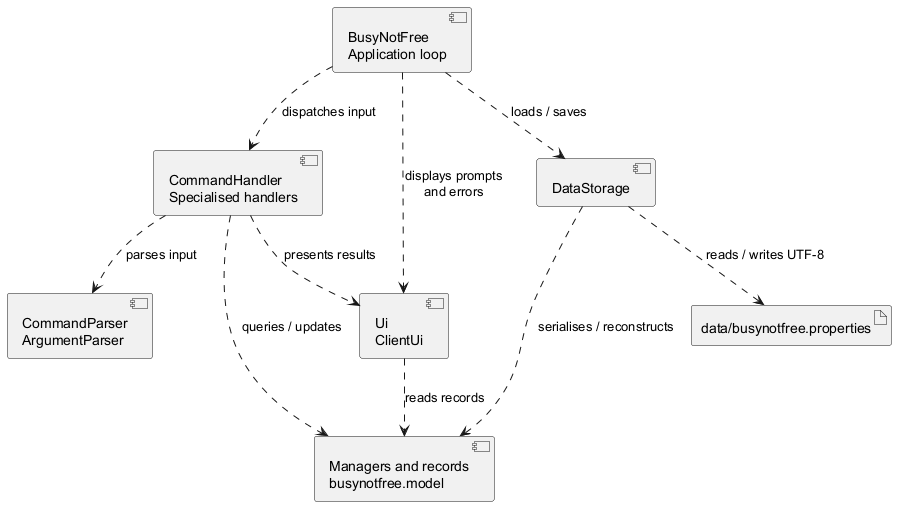
Earlier version of the PlantUML export docs/images/ArchitectureDiagram.png (AY2627S1-CS2113-T10-3/tp).
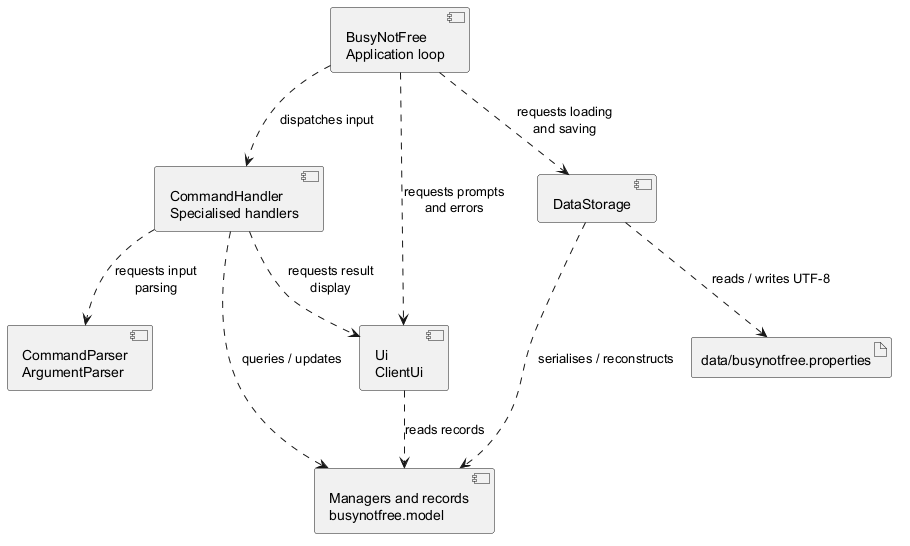
Later version of the same file.

Commit message:
docs: clarify requests between architecture components

Describe UI, parsing and storage dependencies as requests made by their callers so labels do not imply that command handlers perform rendering or file I/O. Regenerate the architecture PNG with the reviewed wording.

Change to the diagram source:
```diff
@@ -11,11 +11,11 @@
 artifact "data/busynotfree.properties" as File
 
 App ..> Commands : dispatches input
-App ..> UI : displays prompts\nand errors
-App ..> Storage : loads / saves
-Commands ..> Parsers : parses input
+App ..> UI : requests prompts\nand errors
+App ..> Storage : requests loading\nand saving
+Commands ..> Parsers : requests input\nparsing
 Commands ..> Model : queries / updates
-Commands ..> UI : presents results
+Commands ..> UI : requests result\ndisplay
 UI ..> Model : reads records
 Storage ..> Model : serialises / reconstructs
 Storage ..> File : reads / writes UTF-8
```
